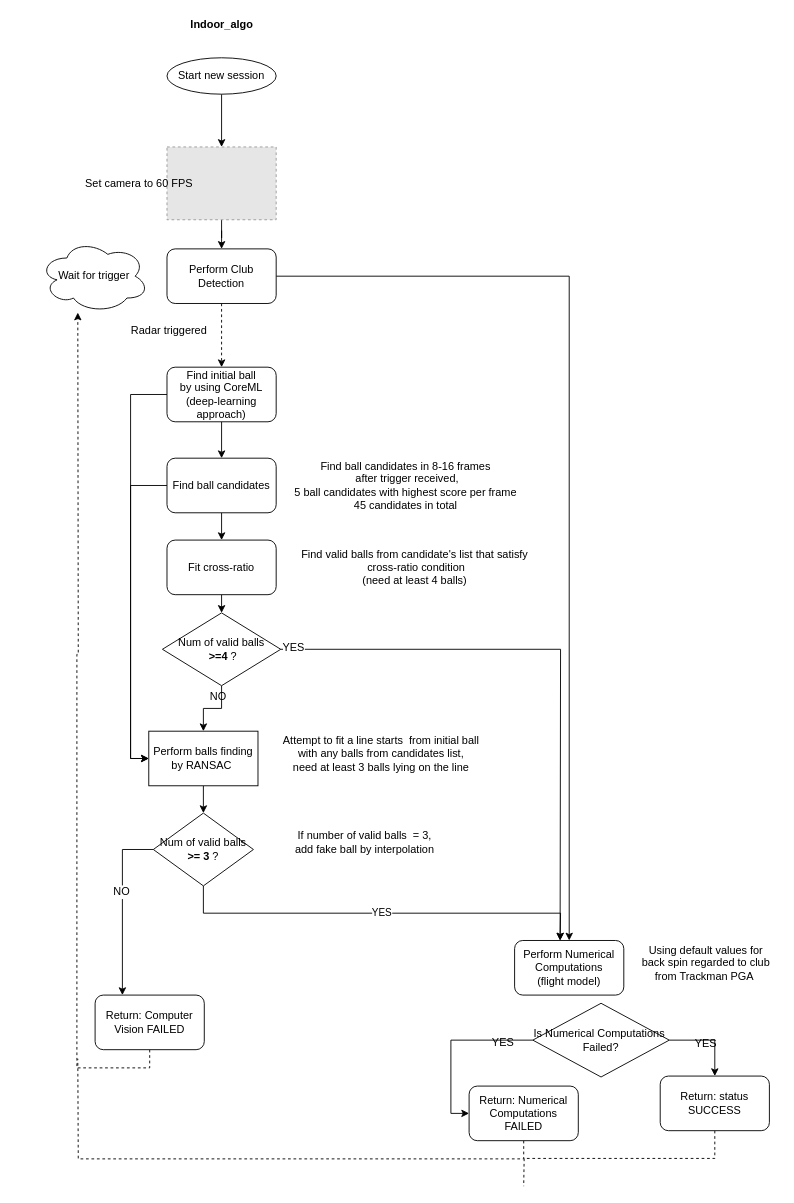
Earlier version of the draw.io diagram mlm_INDOOR.drawio (Mike335207/work). Source tidied: cells renumbered, new cells numbered last; positions are measured from the earlier drawing's top-left corner, leaving out a move shared by most shapes. Both pictures are drawn from the tidied source at 91%, with x=0, y=0 at pixel (39, 15). Pictures stored in the file or linked from it are replaced by grey dashed boxes.
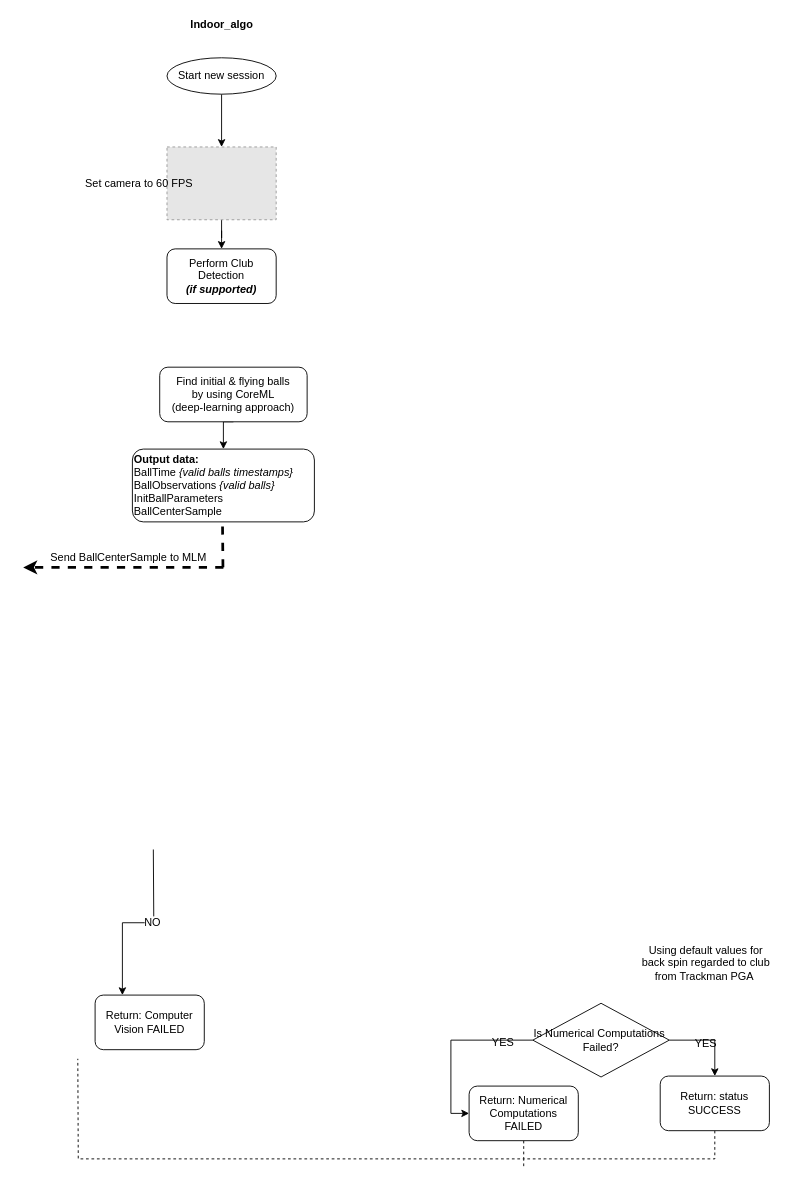
The same diagram, later.

The change refers to these unchanged cells:
```xml
<mxCell id="35" value="Return: Computer Vision FAILED" style="rounded=1;whiteSpace=wrap;html=1;" parent="1" vertex="1">
  <mxGeometry x="61" y="1076" width="120" height="60" as="geometry" />
</mxCell>
<mxCell id="45" value="Return: status SUCCESS" style="rounded=1;whiteSpace=wrap;html=1;" parent="1" vertex="1">
  <mxGeometry x="682" y="1165" width="120" height="60" as="geometry" />
</mxCell>
```

Change to the diagram source:
```diff
@@
-    <mxCell id="8" style="edgeStyle=orthogonalEdgeStyle;rounded=0;jettySize=auto;html=1;exitX=0.5;exitY=1;exitDx=0;exitDy=0;dashed=1;" parent="1" edge="1" source="10">
-      <mxGeometry relative="1" as="geometry">
-        <mxPoint x="200" y="386" as="targetPoint" />
-      </mxGeometry>
-    </mxCell>
-    <mxCell id="9" style="edgeStyle=orthogonalEdgeStyle;rounded=0;jettySize=auto;html=1;exitX=1;exitY=0.5;exitDx=0;exitDy=0;" parent="1" edge="1" source="10" target="37">
-      <mxGeometry relative="1" as="geometry" />
-    </mxCell>
-    <mxCell id="10" value="Perform Club Detection" style="rounded=1;whiteSpace=wrap;html=1;" parent="1" vertex="1">
+    <mxCell id="10" value="Perform Club Detection&lt;br&gt;&lt;b&gt;&lt;i&gt;(if supported)&lt;/i&gt;&lt;/b&gt;" style="rounded=1;whiteSpace=wrap;html=1;" parent="1" vertex="1">
       <mxGeometry x="140" y="256" width="120" height="60" as="geometry" />
     </mxCell>
-    <mxCell id="11" style="edgeStyle=orthogonalEdgeStyle;rounded=0;jettySize=auto;html=1;exitX=0.5;exitY=1;exitDx=0;exitDy=0;entryX=0.5;entryY=0;entryDx=0;entryDy=0;" parent="1" edge="1" source="13" target="17">
-      <mxGeometry relative="1" as="geometry" />
-    </mxCell>
-    <mxCell id="12" style="edgeStyle=orthogonalEdgeStyle;rounded=0;jettySize=auto;html=1;exitX=0;exitY=0.5;exitDx=0;exitDy=0;entryX=0;entryY=0.5;entryDx=0;entryDy=0;" parent="1" edge="1" source="13" target="24">
-      <mxGeometry relative="1" as="geometry" />
-    </mxCell>
-    <mxCell id="13" value="Find ball candidates" style="rounded=1;whiteSpace=wrap;html=1;" parent="1" vertex="1">
-      <mxGeometry x="140" y="486" width="120" height="60" as="geometry" />
-    </mxCell>
-    <mxCell id="14" value="Radar triggered" style="text;html=1;align=center;verticalAlign=middle;" parent="1" vertex="1">
-      <mxGeometry x="92" y="336" width="100" height="20" as="geometry" />
-    </mxCell>
-    <mxCell id="15" value="Find ball candidates in 8-16 frames&lt;br&gt;&amp;nbsp;after trigger received,&lt;br&gt;5 ball candidates with highest score per frame&lt;br&gt;45 candidates in total" style="text;html=1;align=center;verticalAlign=middle;" parent="1" vertex="1">
-      <mxGeometry x="272" y="486" width="260" height="60" as="geometry" />
-    </mxCell>
-    <mxCell id="16" style="edgeStyle=orthogonalEdgeStyle;rounded=0;jettySize=auto;html=1;exitX=0.5;exitY=1;exitDx=0;exitDy=0;entryX=0.5;entryY=0;entryDx=0;entryDy=0;" parent="1" edge="1" source="17" target="22">
-      <mxGeometry relative="1" as="geometry" />
-    </mxCell>
-    <mxCell id="17" value="Fit cross-ratio" style="rounded=1;whiteSpace=wrap;html=1;" parent="1" vertex="1">
-      <mxGeometry x="140" y="576" width="120" height="60" as="geometry" />
-    </mxCell>
-    <mxCell id="18" value="Find valid balls from candidate's list that satisfy&lt;br&gt;&amp;nbsp;cross-ratio condition&lt;br&gt;(need at least 4 balls)" style="text;html=1;align=center;verticalAlign=middle;" parent="1" vertex="1">
-      <mxGeometry x="282" y="581" width="260" height="50" as="geometry" />
-    </mxCell>
-    <mxCell id="19" style="edgeStyle=orthogonalEdgeStyle;rounded=0;jettySize=auto;html=1;exitX=0.5;exitY=1;exitDx=0;exitDy=0;entryX=0.5;entryY=0;entryDx=0;entryDy=0;" parent="1" edge="1" source="22" target="24">
-      <mxGeometry relative="1" as="geometry" />
-    </mxCell>
-    <mxCell id="20" style="edgeStyle=orthogonalEdgeStyle;rounded=0;jettySize=auto;html=1;exitX=1;exitY=0.5;exitDx=0;exitDy=0;" parent="1" edge="1" source="22">
-      <mxGeometry relative="1" as="geometry">
-        <mxPoint x="572" y="1016" as="targetPoint" />
-      </mxGeometry>
-    </mxCell>
-    <mxCell id="21" value="YES" style="text;html=1;align=center;verticalAlign=middle;labelBackgroundColor=#ffffff;" parent="20" vertex="1">
-      <mxGeometry x="-0.96" y="3" relative="1" as="geometry" />
-    </mxCell>
-    <mxCell id="22" value="Num of valid balls&lt;br&gt;&lt;b&gt;&amp;nbsp;&amp;gt;=4&lt;/b&gt; ?" style="rhombus;whiteSpace=wrap;html=1;" parent="1" vertex="1">
-      <mxGeometry x="135" y="656" width="130" height="80" as="geometry" />
-    </mxCell>
-    <mxCell id="23" style="edgeStyle=orthogonalEdgeStyle;rounded=0;jettySize=auto;html=1;exitX=0.5;exitY=1;exitDx=0;exitDy=0;entryX=0.5;entryY=0;entryDx=0;entryDy=0;" parent="1" edge="1" source="24" target="33">
-      <mxGeometry relative="1" as="geometry" />
-    </mxCell>
-    <mxCell id="24" value="Perform balls finding by RANSAC&amp;nbsp;" style="rounded=0;whiteSpace=wrap;html=1;" parent="1" vertex="1">
-      <mxGeometry x="120" y="786" width="120" height="60" as="geometry" />
-    </mxCell>
-    <mxCell id="25" style="edgeStyle=orthogonalEdgeStyle;rounded=0;jettySize=auto;html=1;exitX=0.5;exitY=1;exitDx=0;exitDy=0;entryX=0.5;entryY=0;entryDx=0;entryDy=0;" parent="1" edge="1" source="27" target="13">
-      <mxGeometry relative="1" as="geometry" />
-    </mxCell>
-    <mxCell id="26" style="edgeStyle=orthogonalEdgeStyle;rounded=0;jettySize=auto;html=1;exitX=0;exitY=0.5;exitDx=0;exitDy=0;entryX=0;entryY=0.5;entryDx=0;entryDy=0;" parent="1" edge="1" source="27" target="24">
-      <mxGeometry relative="1" as="geometry" />
-    </mxCell>
+    <mxCell id="49" style="edgeStyle=orthogonalEdgeStyle;rounded=0;jettySize=auto;html=1;exitX=0.5;exitY=1;exitDx=0;exitDy=0;entryX=0.5;entryY=0;entryDx=0;entryDy=0;" parent="1" edge="1" source="27" target="50">
+      <mxGeometry relative="1" as="geometry" />
+    </mxCell>
-    <mxCell id="27" value="Find initial ball&lt;br&gt;by using CoreML&lt;br&gt;(deep-learning approach)" style="rounded=1;whiteSpace=wrap;html=1;" parent="1" vertex="1">
-      <mxGeometry x="140" y="386" width="120" height="60" as="geometry" />
+    <mxCell id="27" value="Find initial &amp;amp; flying balls&lt;br&gt;by using CoreML&lt;br&gt;(deep-learning approach)" style="rounded=1;whiteSpace=wrap;html=1;" parent="1" vertex="1">
+      <mxGeometry x="132" y="386" width="162" height="60" as="geometry" />
     </mxCell>
-    <mxCell id="28" value="NO" style="text;html=1;align=center;verticalAlign=middle;" parent="1" vertex="1">
-      <mxGeometry x="181" y="738" width="30" height="20" as="geometry" />
-    </mxCell>
-    <mxCell id="29" value="Attempt to fit a line starts&amp;nbsp; from initial ball&lt;br&gt;with any balls from candidates list,&lt;br&gt;need at least 3 balls lying on the line" style="text;html=1;align=center;verticalAlign=middle;" parent="1" vertex="1">
-      <mxGeometry x="260" y="786" width="230" height="50" as="geometry" />
-    </mxCell>
-    <mxCell id="30" style="edgeStyle=orthogonalEdgeStyle;rounded=0;jettySize=auto;html=1;exitX=0;exitY=0.5;exitDx=0;exitDy=0;entryX=0.25;entryY=0;entryDx=0;entryDy=0;" parent="1" edge="1" source="33" target="35">
-      <mxGeometry relative="1" as="geometry" />
+    <mxCell id="30" style="edgeStyle=orthogonalEdgeStyle;rounded=0;jettySize=auto;html=1;exitX=0;exitY=0.5;exitDx=0;exitDy=0;entryX=0.25;entryY=0;entryDx=0;entryDy=0;" parent="1" edge="1" target="35">
+      <mxGeometry relative="1" as="geometry">
+        <mxPoint x="125" y="916" as="sourcePoint" />
+      </mxGeometry>
     </mxCell>
@@
-    <mxCell id="32" value="YES" style="edgeStyle=orthogonalEdgeStyle;rounded=0;jettySize=auto;html=1;exitX=0.5;exitY=1;exitDx=0;exitDy=0;" parent="1" edge="1" source="33">
-      <mxGeometry relative="1" as="geometry">
-        <mxPoint x="572" y="1016" as="targetPoint" />
-      </mxGeometry>
-    </mxCell>
-    <mxCell id="33" value="Num of valid balls &lt;b&gt;&amp;gt;= 3&lt;/b&gt; ?" style="rhombus;whiteSpace=wrap;html=1;" parent="1" vertex="1">
-      <mxGeometry x="125" y="876" width="110" height="80" as="geometry" />
-    </mxCell>
-    <mxCell id="34" style="edgeStyle=orthogonalEdgeStyle;rounded=0;jettySize=auto;html=1;exitX=0.5;exitY=1;exitDx=0;exitDy=0;dashed=1;" parent="1" edge="1" source="35">
-      <mxGeometry relative="1" as="geometry">
-        <mxPoint x="42" y="326" as="targetPoint" />
-      </mxGeometry>
-    </mxCell>
@@
-    <mxCell id="36" value="If number of valid balls&amp;nbsp; = 3,&lt;br&gt;add fake ball by interpolation" style="text;html=1;align=center;verticalAlign=middle;" parent="1" vertex="1">
-      <mxGeometry x="272" y="893" width="170" height="30" as="geometry" />
-    </mxCell>
-    <mxCell id="37" value="Perform Numerical Computations&lt;br&gt;(flight model)" style="rounded=1;whiteSpace=wrap;html=1;" parent="1" vertex="1">
-      <mxGeometry x="522" y="1016" width="120" height="60" as="geometry" />
-    </mxCell>
@@
     <mxCell id="44" style="edgeStyle=orthogonalEdgeStyle;rounded=0;jettySize=auto;html=1;exitX=0.5;exitY=1;exitDx=0;exitDy=0;dashed=1;endArrow=none;endFill=0;" parent="1" edge="1" source="45">
       <mxGeometry relative="1" as="geometry">
-        <mxPoint x="532" y="1286" as="targetPoint" />
+        <mxPoint x="532" y="1266" as="targetPoint" />
+        <Array as="points">
+          <mxPoint x="742" y="1256" />
+          <mxPoint x="532" y="1256" />
+        </Array>
       </mxGeometry>
     </mxCell>
@@
-    <mxCell id="48" value="Wait for trigger" style="ellipse;shape=cloud;whiteSpace=wrap;html=1;" parent="1" vertex="1">
-      <mxGeometry y="246" width="120" height="80" as="geometry" />
-    </mxCell>
+    <mxCell id="50" value="&lt;div&gt;&lt;b&gt;Output data:&lt;/b&gt;&lt;/div&gt;&lt;div&gt;BallTime &lt;i&gt;{valid balls timestamps}&lt;/i&gt;&lt;br&gt;&lt;/div&gt;&lt;div&gt;BallObservations &lt;i&gt;{valid balls}&lt;/i&gt;&lt;/div&gt;&lt;div&gt;InitBallParameters&lt;br&gt;&lt;/div&gt;&lt;div&gt;BallCenterSample&lt;/div&gt;" style="rounded=1;whiteSpace=wrap;html=1;align=left;" parent="1" vertex="1">
+      <mxGeometry x="102" y="476" width="200" height="80" as="geometry" />
+    </mxCell>
+    <mxCell id="51" style="endArrow=classic;html=1;strokeWidth=3;align=center;dashed=1;" parent="1" edge="1">
+      <mxGeometry relative="1" as="geometry">
+        <mxPoint x="202" y="606" as="sourcePoint" />
+        <mxPoint x="-18" y="606" as="targetPoint" />
+      </mxGeometry>
+    </mxCell>
+    <mxCell id="52" style="endArrow=none;html=1;strokeWidth=3;align=center;dashed=1;" parent="1" edge="1">
+      <mxGeometry relative="1" as="geometry">
+        <mxPoint x="201.5" y="606" as="sourcePoint" />
+        <mxPoint x="201" y="556" as="targetPoint" />
+      </mxGeometry>
+    </mxCell>
+    <mxCell id="53" value="Send BallCenterSample to MLM" style="text;html=1;strokeColor=none;fillColor=none;align=center;verticalAlign=middle;whiteSpace=wrap;rounded=0;dashed=1;" parent="1" vertex="1">
+      <mxGeometry x="7.5" y="586" width="180" height="20" as="geometry" />
+    </mxCell>
```
